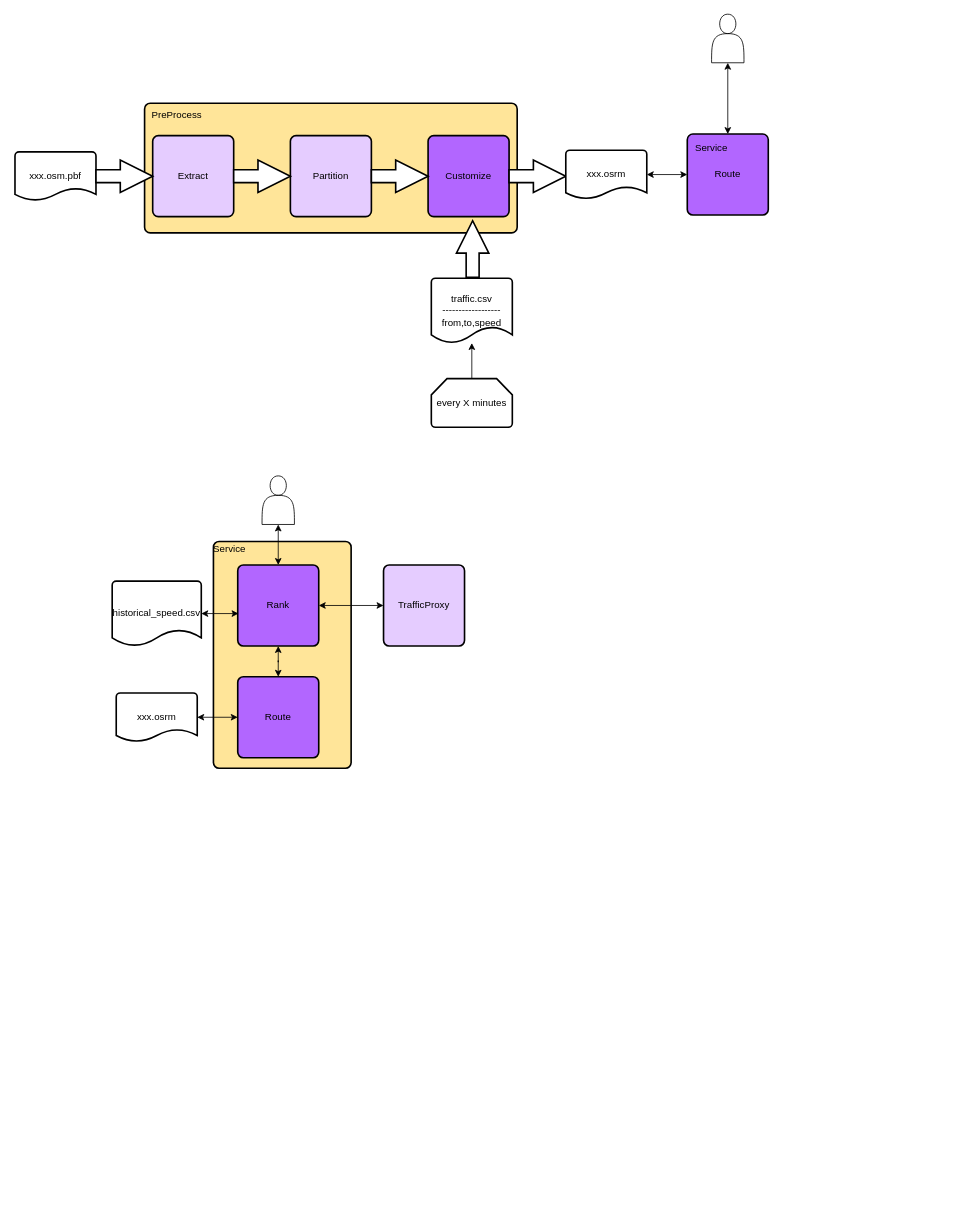
This is page "osrm-traffic" (4 of 4) of Untitled Diagram.drawio from tallongsun/drawio, a draw.io file, before an edit. Source tidied: cells renumbered, new cells numbered last; positions are measured from the earlier drawing's top-left corner, leaving out a move shared by most shapes. Both pictures are drawn from the tidied source at 81%, with x=0, y=0 at pixel (15, 14).
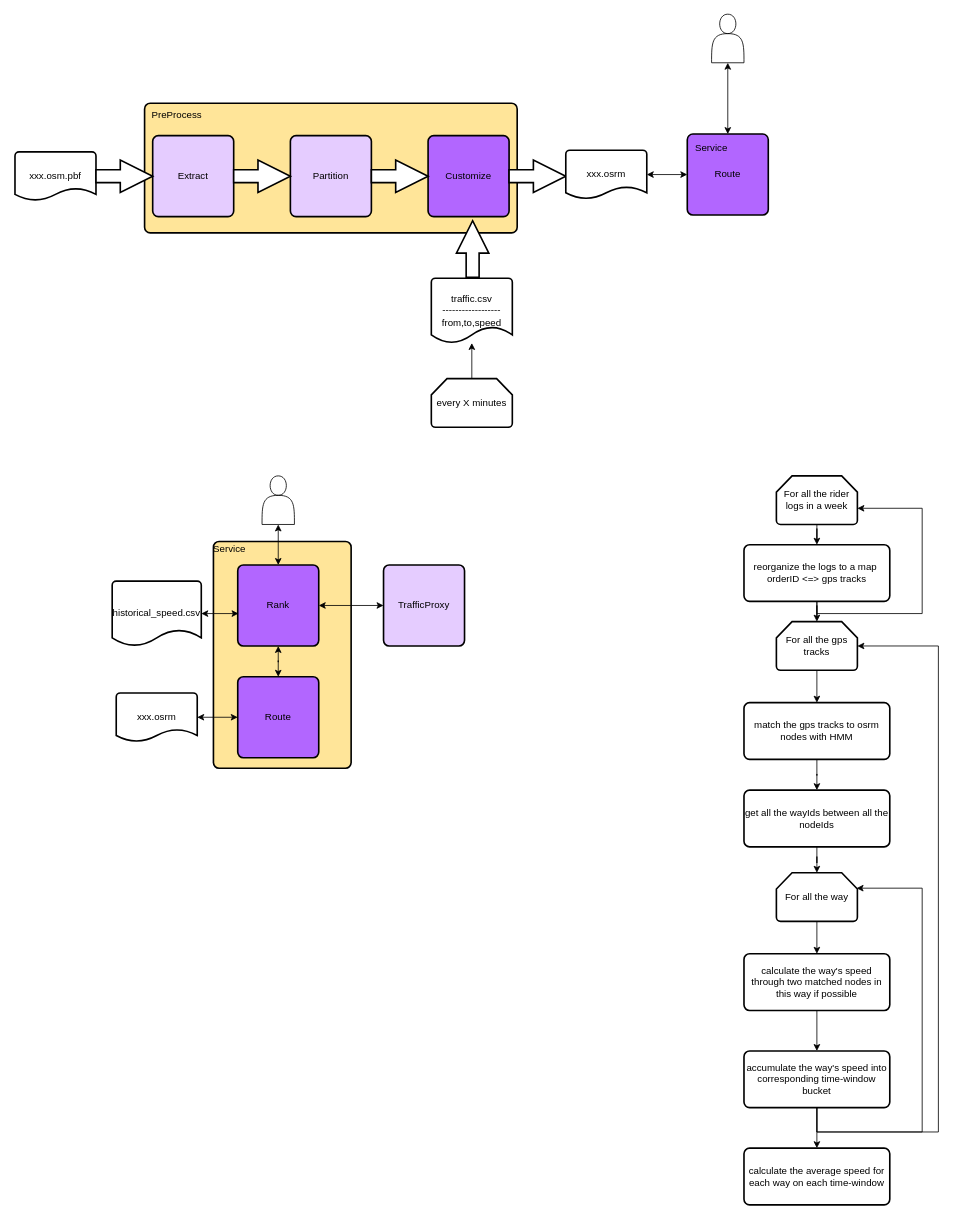
The same diagram, later.

The edit, as a diff of the source:
```diff
@@
+    <mxCell id="35" style="edgeStyle=orthogonalEdgeStyle;rounded=0;jettySize=auto;html=1;startArrow=none;startFill=0;" parent="1" edge="1" source="36" target="39">
+      <mxGeometry relative="1" as="geometry" />
+    </mxCell>
+    <mxCell id="36" value="For all the rider logs in a week" style="strokeWidth=2;html=1;shape=mxgraph.flowchart.loop_limit;whiteSpace=wrap;fillColor=none;" parent="1" vertex="1">
+      <mxGeometry x="940" y="570" width="100" height="60" as="geometry" />
+    </mxCell>
+    <mxCell id="37" style="edgeStyle=orthogonalEdgeStyle;rounded=0;jettySize=auto;html=1;startArrow=none;startFill=0;entryX=1;entryY=0.667;entryDx=0;entryDy=0;entryPerimeter=0;" parent="1" edge="1" source="39" target="36">
+      <mxGeometry relative="1" as="geometry">
+        <Array as="points">
+          <mxPoint x="990" y="740" />
+          <mxPoint x="1120" y="740" />
+          <mxPoint x="1120" y="610" />
+        </Array>
+      </mxGeometry>
+    </mxCell>
+    <mxCell id="38" style="edgeStyle=orthogonalEdgeStyle;rounded=0;jettySize=auto;html=1;entryX=0.5;entryY=0;entryDx=0;entryDy=0;entryPerimeter=0;startArrow=none;startFill=0;" parent="1" edge="1" source="39" target="41">
+      <mxGeometry relative="1" as="geometry" />
+    </mxCell>
+    <mxCell id="39" value="reorganize the logs to a map&amp;nbsp;&lt;br&gt;orderID &amp;lt;=&amp;gt; gps tracks" style="rounded=1;whiteSpace=wrap;html=1;absoluteArcSize=1;arcSize=14;strokeWidth=2;fillColor=none;" parent="1" vertex="1">
+      <mxGeometry x="900" y="655" width="180" height="70" as="geometry" />
+    </mxCell>
+    <mxCell id="40" style="edgeStyle=orthogonalEdgeStyle;rounded=0;jettySize=auto;html=1;exitX=0.5;exitY=1;exitDx=0;exitDy=0;exitPerimeter=0;startArrow=none;startFill=0;" parent="1" edge="1" source="41" target="43">
+      <mxGeometry relative="1" as="geometry" />
+    </mxCell>
+    <mxCell id="41" value="For all the gps tracks" style="strokeWidth=2;html=1;shape=mxgraph.flowchart.loop_limit;whiteSpace=wrap;fillColor=none;" parent="1" vertex="1">
+      <mxGeometry x="940" y="750" width="100" height="60" as="geometry" />
+    </mxCell>
+    <mxCell id="42" style="edgeStyle=orthogonalEdgeStyle;rounded=0;jettySize=auto;html=1;entryX=0.5;entryY=0;entryDx=0;entryDy=0;startArrow=none;startFill=0;" parent="1" edge="1" source="43" target="45">
+      <mxGeometry relative="1" as="geometry" />
+    </mxCell>
+    <mxCell id="43" value="match the gps tracks to osrm nodes with HMM" style="rounded=1;whiteSpace=wrap;html=1;absoluteArcSize=1;arcSize=14;strokeWidth=2;fillColor=none;" parent="1" vertex="1">
+      <mxGeometry x="900" y="850" width="180" height="70" as="geometry" />
+    </mxCell>
+    <mxCell id="44" style="edgeStyle=orthogonalEdgeStyle;rounded=0;jettySize=auto;html=1;startArrow=none;startFill=0;" parent="1" edge="1" source="45" target="53">
+      <mxGeometry relative="1" as="geometry" />
+    </mxCell>
+    <mxCell id="45" value="get all the wayIds between all the nodeIds" style="rounded=1;whiteSpace=wrap;html=1;absoluteArcSize=1;arcSize=14;strokeWidth=2;fillColor=none;" parent="1" vertex="1">
+      <mxGeometry x="900" y="958" width="180" height="70" as="geometry" />
+    </mxCell>
+    <mxCell id="46" style="edgeStyle=orthogonalEdgeStyle;rounded=0;jettySize=auto;html=1;startArrow=none;startFill=0;" parent="1" edge="1" source="47" target="51">
+      <mxGeometry relative="1" as="geometry" />
+    </mxCell>
+    <mxCell id="47" value="calculate the way's speed through two matched nodes in this way if possible" style="rounded=1;whiteSpace=wrap;html=1;absoluteArcSize=1;arcSize=14;strokeWidth=2;fillColor=none;" parent="1" vertex="1">
+      <mxGeometry x="900" y="1160" width="180" height="70" as="geometry" />
+    </mxCell>
+    <mxCell id="48" style="edgeStyle=orthogonalEdgeStyle;rounded=0;jettySize=auto;html=1;entryX=0.99;entryY=0.317;entryDx=0;entryDy=0;entryPerimeter=0;startArrow=none;startFill=0;" parent="1" edge="1" source="51" target="53">
+      <mxGeometry relative="1" as="geometry">
+        <Array as="points">
+          <mxPoint x="990" y="1380" />
+          <mxPoint x="1120" y="1380" />
+          <mxPoint x="1120" y="1079" />
+        </Array>
+      </mxGeometry>
+    </mxCell>
+    <mxCell id="49" style="edgeStyle=orthogonalEdgeStyle;rounded=0;jettySize=auto;html=1;entryX=1;entryY=0.5;entryDx=0;entryDy=0;entryPerimeter=0;startArrow=none;startFill=0;" parent="1" edge="1" source="51" target="41">
+      <mxGeometry relative="1" as="geometry">
+        <Array as="points">
+          <mxPoint x="990" y="1380" />
+          <mxPoint x="1140" y="1380" />
+          <mxPoint x="1140" y="780" />
+        </Array>
+      </mxGeometry>
+    </mxCell>
+    <mxCell id="50" style="edgeStyle=orthogonalEdgeStyle;rounded=0;jettySize=auto;html=1;startArrow=none;startFill=0;" parent="1" edge="1" source="51" target="54">
+      <mxGeometry relative="1" as="geometry" />
+    </mxCell>
+    <mxCell id="51" value="accumulate the way's speed into corresponding time-window bucket" style="rounded=1;whiteSpace=wrap;html=1;absoluteArcSize=1;arcSize=14;strokeWidth=2;fillColor=none;" parent="1" vertex="1">
+      <mxGeometry x="900" y="1280" width="180" height="70" as="geometry" />
+    </mxCell>
+    <mxCell id="52" style="edgeStyle=orthogonalEdgeStyle;rounded=0;jettySize=auto;html=1;exitX=0.5;exitY=1;exitDx=0;exitDy=0;exitPerimeter=0;startArrow=none;startFill=0;" parent="1" edge="1" source="53" target="47">
+      <mxGeometry relative="1" as="geometry" />
+    </mxCell>
+    <mxCell id="53" value="For all the way" style="strokeWidth=2;html=1;shape=mxgraph.flowchart.loop_limit;whiteSpace=wrap;fillColor=none;" parent="1" vertex="1">
+      <mxGeometry x="940" y="1060" width="100" height="60" as="geometry" />
+    </mxCell>
+    <mxCell id="54" value="calculate the average speed for each way on each time-window" style="rounded=1;whiteSpace=wrap;html=1;absoluteArcSize=1;arcSize=14;strokeWidth=2;fillColor=none;" parent="1" vertex="1">
+      <mxGeometry x="900" y="1400" width="180" height="70" as="geometry" />
+    </mxCell>
```
